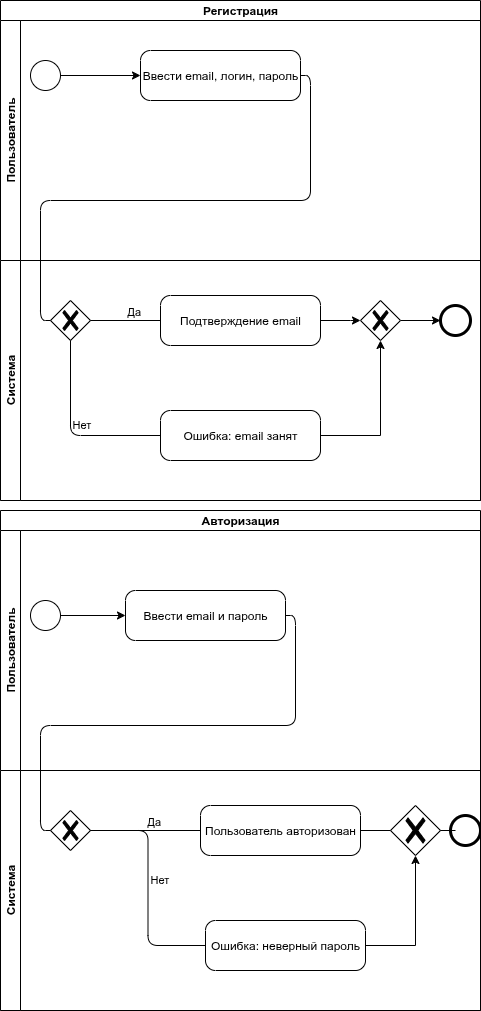
Deumir404/diploma keeps this draw.io diagram as Charts/IDEF0/Untitled Diagram-Page-7.drawio.png. Above is the earlier version. Source tidied: cells renumbered, new cells last; positions are measured from the earlier drawing's top-left corner, leaving out a move shared by most shapes.
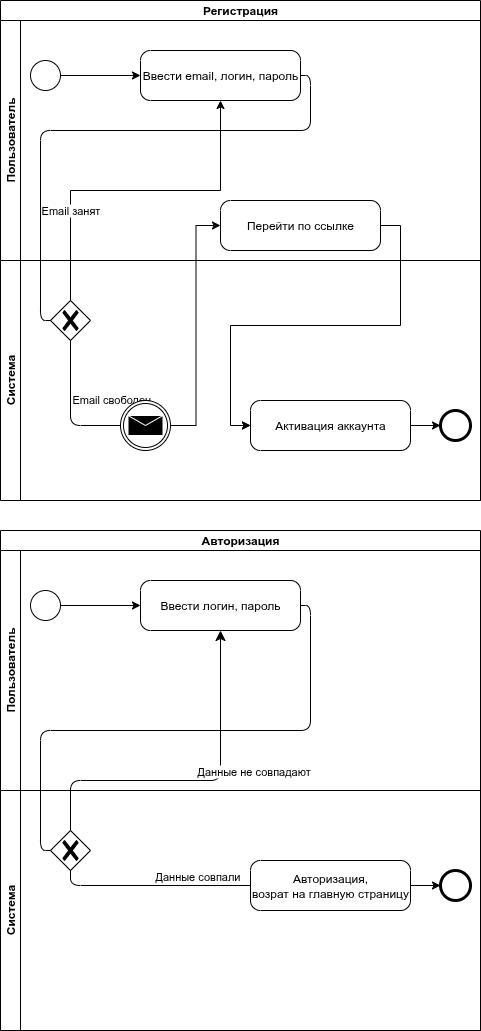
After the commit.

What changed in the source:
```diff
@@ -17,101 +17,111 @@
     <mxCell id="6" style="edgeStyle=orthogonalEdgeStyle;rounded=0;jettySize=auto;html=1;exitX=1;exitY=0.5;exitDx=0;exitDy=0;entryX=0;entryY=0.5;entryDx=0;entryDy=0;entryPerimeter=0;" parent="3" edge="1" source="4" target="5">
       <mxGeometry relative="1" as="geometry" />
     </mxCell>
+    <mxCell id="35" value="Перейти по ссылке" style="points=[[0.25,0,0],[0.5,0,0],[0.75,0,0],[1,0.25,0],[1,0.5,0],[1,0.75,0],[0.75,1,0],[0.5,1,0],[0.25,1,0],[0,0.75,0],[0,0.5,0],[0,0.25,0]];shape=mxgraph.bpmn.task2;whiteSpace=wrap;rectStyle=rounded;size=10;html=1;taskMarker=abstract;" parent="3" vertex="1">
+      <mxGeometry x="220" y="180" width="160" height="50" as="geometry" />
+    </mxCell>
     <mxCell id="7" value="Система" style="swimlane;html=1;startSize=20;horizontal=0;" parent="2" vertex="1">
       <mxGeometry y="260" width="480" height="240" as="geometry" />
     </mxCell>
     <mxCell id="8" style="shape=mxgraph.bpmn.gateway2;html=1;verticalLabelPosition=bottom;labelBackgroundColor=#ffffff;verticalAlign=top;background=general;points=[[0.25,0.25,0],[0.5,0,0],[0.75,0.25,0],[1,0.5,0],[0.75,0.75,0],[0.5,1,0],[0.25,0.75,0],[0,0.5,0]];perimeter=rhombusPerimeter;outlineConnect=0;outline=none;symbol=none;gwType=exclusive;" parent="7" vertex="1">
       <mxGeometry x="50" y="40" width="40" height="40" as="geometry" />
     </mxCell>
-    <mxCell id="9" value="Подтверждение email" style="points=[[0.25,0,0],[0.5,0,0],[0.75,0,0],[1,0.25,0],[1,0.5,0],[1,0.75,0],[0.75,1,0],[0.5,1,0],[0.25,1,0],[0,0.75,0],[0,0.5,0],[0,0.25,0]];shape=mxgraph.bpmn.task2;whiteSpace=wrap;rectStyle=rounded;size=10;html=1;taskMarker=abstract;" parent="7" vertex="1">
-      <mxGeometry x="160" y="35" width="160" height="50" as="geometry" />
+    <mxCell id="9" value="Активация аккаунта" style="points=[[0.25,0,0],[0.5,0,0],[0.75,0,0],[1,0.25,0],[1,0.5,0],[1,0.75,0],[0.75,1,0],[0.5,1,0],[0.25,1,0],[0,0.75,0],[0,0.5,0],[0,0.25,0]];shape=mxgraph.bpmn.task2;whiteSpace=wrap;rectStyle=rounded;size=10;html=1;taskMarker=abstract;" parent="7" vertex="1">
+      <mxGeometry x="250" y="140" width="160" height="50" as="geometry" />
     </mxCell>
-    <mxCell id="10" style="edgeStyle=orthogonalEdgeStyle;rounded=0;jettySize=auto;html=1;exitX=1;exitY=0.5;exitDx=0;exitDy=0;exitPerimeter=0;entryX=0;entryY=0.5;entryDx=0;entryDy=0;" parent="7" edge="1" source="15" target="12">
+    <mxCell id="10" style="edgeStyle=orthogonalEdgeStyle;rounded=0;jettySize=auto;html=1;exitX=1;exitY=0.5;exitDx=0;exitDy=0;exitPerimeter=0;entryX=0;entryY=0.5;entryDx=0;entryDy=0;" parent="7" edge="1" source="9" target="12">
       <mxGeometry relative="1" as="geometry">
         <Array as="points">
-          <mxPoint x="440" y="60" />
-          <mxPoint x="440" y="60" />
+          <mxPoint x="440" y="165" />
         </Array>
       </mxGeometry>
     </mxCell>
-    <mxCell id="11" value="Ошибка: email занят" style="points=[[0.25,0,0],[0.5,0,0],[0.75,0,0],[1,0.25,0],[1,0.5,0],[1,0.75,0],[0.75,1,0],[0.5,1,0],[0.25,1,0],[0,0.75,0],[0,0.5,0],[0,0.25,0]];shape=mxgraph.bpmn.task2;whiteSpace=wrap;rectStyle=rounded;size=10;html=1;taskMarker=abstract;" parent="7" vertex="1">
-      <mxGeometry x="160" y="150" width="160" height="50" as="geometry" />
-    </mxCell>
     <mxCell id="12" style="shape=mxgraph.bpmn.shape;html=1;verticalLabelPosition=bottom;labelBackgroundColor=#ffffff;verticalAlign=top;perimeter=ellipsePerimeter;outlineConnect=0;outline=end;symbol=general;" parent="7" vertex="1">
-      <mxGeometry x="440" y="45" width="30" height="30" as="geometry" />
+      <mxGeometry x="440" y="150" width="30" height="30" as="geometry" />
     </mxCell>
-    <mxCell id="13" value="Да" style="edgeStyle=orthogonalEdgeStyle;html=1;align=left;verticalAlign=bottom;endArrow=none;endSize=12;exitX=1;exitY=0.5;entryX=0;entryY=0.5;" parent="7" edge="1" source="8" target="9">
+    <mxCell id="13" value="Email cвободен" style="edgeStyle=orthogonalEdgeStyle;html=1;align=left;verticalAlign=bottom;endArrow=none;endSize=12;exitX=0.5;exitY=1;entryX=0;entryY=0.5;exitDx=0;exitDy=0;exitPerimeter=0;entryDx=0;entryDy=0;entryPerimeter=0;" parent="7" edge="1" source="8" target="37">
       <mxGeometry relative="1" as="geometry" />
     </mxCell>
-    <mxCell id="14" value="Нет" style="edgeStyle=orthogonalEdgeStyle;html=1;align=left;verticalAlign=bottom;endArrow=none;endSize=12;exitX=0.5;exitY=1;entryX=0;entryY=0.5;exitDx=0;exitDy=0;exitPerimeter=0;" parent="7" edge="1" source="8" target="11">
-      <mxGeometry relative="1" as="geometry" />
-    </mxCell>
-    <mxCell id="15" style="shape=mxgraph.bpmn.gateway2;html=1;verticalLabelPosition=bottom;labelBackgroundColor=#ffffff;verticalAlign=top;background=general;points=[[0.25,0.25,0],[0.5,0,0],[0.75,0.25,0],[1,0.5,0],[0.75,0.75,0],[0.5,1,0],[0.25,0.75,0],[0,0.5,0]];perimeter=rhombusPerimeter;outlineConnect=0;outline=none;symbol=none;gwType=exclusive;" parent="7" vertex="1">
-      <mxGeometry x="360" y="40" width="40" height="40" as="geometry" />
-    </mxCell>
-    <mxCell id="16" style="edgeStyle=orthogonalEdgeStyle;rounded=0;jettySize=auto;html=1;exitX=1;exitY=0.5;exitDx=0;exitDy=0;exitPerimeter=0;entryX=0.5;entryY=1;entryDx=0;entryDy=0;entryPerimeter=0;" parent="7" edge="1" source="11" target="15">
-      <mxGeometry relative="1" as="geometry" />
-    </mxCell>
-    <mxCell id="17" style="edgeStyle=orthogonalEdgeStyle;rounded=0;jettySize=auto;html=1;exitX=1;exitY=0.5;exitDx=0;exitDy=0;exitPerimeter=0;entryX=0;entryY=0.5;entryDx=0;entryDy=0;entryPerimeter=0;" parent="7" edge="1" source="9" target="15">
-      <mxGeometry relative="1" as="geometry">
-        <Array as="points">
-          <mxPoint x="350" y="60" />
-          <mxPoint x="350" y="60" />
-        </Array>
-      </mxGeometry>
-    </mxCell>
+    <mxCell id="36" style="edgeStyle=orthogonalEdgeStyle;rounded=0;jettySize=auto;html=1;exitX=1;exitY=0.5;exitDx=0;exitDy=0;exitPerimeter=0;entryX=0;entryY=0.5;entryDx=0;entryDy=0;entryPerimeter=0;" parent="7" edge="1" target="35">
+      <mxGeometry relative="1" as="geometry">
+        <mxPoint x="170" y="165" as="sourcePoint" />
+      </mxGeometry>
+    </mxCell>
+    <mxCell id="37" style="points=[[0.145,0.145,0],[0.5,0,0],[0.855,0.145,0],[1,0.5,0],[0.855,0.855,0],[0.5,1,0],[0.145,0.855,0],[0,0.5,0]];shape=mxgraph.bpmn.event;html=1;verticalLabelPosition=bottom;labelBackgroundColor=#ffffff;verticalAlign=top;align=center;perimeter=ellipsePerimeter;outlineConnect=0;outline=throwing;symbol=message;" parent="7" vertex="1">
+      <mxGeometry x="120" y="140" width="50" height="50" as="geometry" />
+    </mxCell>
+    <mxCell id="38" style="edgeStyle=orthogonalEdgeStyle;rounded=0;jettySize=auto;html=1;exitX=1;exitY=0.5;exitDx=0;exitDy=0;exitPerimeter=0;entryX=0;entryY=0.5;entryDx=0;entryDy=0;entryPerimeter=0;" parent="7" edge="1" target="9">
+      <mxGeometry relative="1" as="geometry">
+        <mxPoint x="240" y="165" as="sourcePoint" />
+      </mxGeometry>
+    </mxCell>
     <mxCell id="18" style="edgeStyle=orthogonalEdgeStyle;html=1;verticalAlign=bottom;endArrow=none;endSize=12;exitX=1;exitY=0.5;entryX=0;entryY=0.5;" parent="2" edge="1" source="5" target="8">
-      <mxGeometry relative="1" as="geometry" />
+      <mxGeometry relative="1" as="geometry">
+        <Array as="points">
+          <mxPoint x="310" y="75" />
+          <mxPoint x="310" y="130" />
+          <mxPoint x="40" y="130" />
+          <mxPoint x="40" y="320" />
+        </Array>
+      </mxGeometry>
     </mxCell>
+    <mxCell id="39" style="edgeStyle=orthogonalEdgeStyle;rounded=0;jettySize=auto;html=1;exitX=0.5;exitY=0;exitDx=0;exitDy=0;exitPerimeter=0;entryX=0.5;entryY=1;entryDx=0;entryDy=0;entryPerimeter=0;" parent="2" edge="1" source="8" target="5">
+      <mxGeometry relative="1" as="geometry">
+        <Array as="points">
+          <mxPoint x="70" y="190" />
+          <mxPoint x="220" y="190" />
+        </Array>
+      </mxGeometry>
+    </mxCell>
+    <mxCell id="40" value="Email занят" style="edgeLabel;html=1;align=center;verticalAlign=middle;" parent="39" vertex="1">
+      <mxGeometry x="-0.48" y="1" relative="1" as="geometry" />
+    </mxCell>
+    <mxCell id="41" style="edgeStyle=orthogonalEdgeStyle;rounded=0;jettySize=auto;html=1;exitX=1;exitY=0.5;exitDx=0;exitDy=0;exitPerimeter=0;entryX=0;entryY=0.5;entryDx=0;entryDy=0;entryPerimeter=0;" parent="2" edge="1" source="35" target="9">
+      <mxGeometry relative="1" as="geometry" />
+    </mxCell>
     <mxCell id="19" value="Авторизация" style="swimlane;html=1;horizontal=1;startSize=20;whiteSpace=wrap;" parent="1" vertex="1">
-      <mxGeometry y="510" width="480" height="500" as="geometry" />
+      <mxGeometry y="530" width="480" height="500" as="geometry" />
     </mxCell>
     <mxCell id="20" value="Пользователь" style="swimlane;html=1;startSize=20;horizontal=0;" parent="19" vertex="1">
       <mxGeometry y="20" width="480" height="240" as="geometry" />
     </mxCell>
-    <mxCell id="21" style="shape=mxgraph.bpmn.shape;html=1;verticalLabelPosition=bottom;labelBackgroundColor=#ffffff;verticalAlign=top;perimeter=ellipsePerimeter;outlineConnect=0;outline=standard;symbol=general;" parent="20" vertex="1">
-      <mxGeometry x="30" y="70" width="30" height="30" as="geometry" />
-    </mxCell>
-    <mxCell id="22" value="Ввести email и пароль" style="points=[[0.25,0,0],[0.5,0,0],[0.75,0,0],[1,0.25,0],[1,0.5,0],[1,0.75,0],[0.75,1,0],[0.5,1,0],[0.25,1,0],[0,0.75,0],[0,0.5,0],[0,0.25,0]];shape=mxgraph.bpmn.task2;whiteSpace=wrap;rectStyle=rounded;size=10;html=1;taskMarker=abstract;" parent="20" vertex="1">
-      <mxGeometry x="125" y="60" width="160" height="50" as="geometry" />
-    </mxCell>
-    <mxCell id="23" style="edgeStyle=orthogonalEdgeStyle;rounded=0;jettySize=auto;html=1;exitX=1;exitY=0.5;exitDx=0;exitDy=0;entryX=0;entryY=0.5;entryDx=0;entryDy=0;entryPerimeter=0;" parent="20" edge="1" source="21" target="22">
-      <mxGeometry relative="1" as="geometry" />
-    </mxCell>
+    <mxCell id="42" style="shape=mxgraph.bpmn.shape;html=1;verticalLabelPosition=bottom;labelBackgroundColor=#ffffff;verticalAlign=top;perimeter=ellipsePerimeter;outlineConnect=0;outline=standard;symbol=general;" parent="20" vertex="1">
+      <mxGeometry x="30" y="40" width="30" height="30" as="geometry" />
+    </mxCell>
+    <mxCell id="43" value="Ввести логин, пароль" style="points=[[0.25,0,0],[0.5,0,0],[0.75,0,0],[1,0.25,0],[1,0.5,0],[1,0.75,0],[0.75,1,0],[0.5,1,0],[0.25,1,0],[0,0.75,0],[0,0.5,0],[0,0.25,0]];shape=mxgraph.bpmn.task2;whiteSpace=wrap;rectStyle=rounded;size=10;html=1;taskMarker=abstract;" parent="20" vertex="1">
+      <mxGeometry x="140" y="30" width="160" height="50" as="geometry" />
+    </mxCell>
+    <mxCell id="44" style="edgeStyle=orthogonalEdgeStyle;rounded=0;jettySize=auto;html=1;exitX=1;exitY=0.5;exitDx=0;exitDy=0;entryX=0;entryY=0.5;entryDx=0;entryDy=0;entryPerimeter=0;" parent="20" edge="1" source="42" target="43">
+      <mxGeometry relative="1" as="geometry" />
+    </mxCell>
     <mxCell id="24" value="Система" style="swimlane;html=1;startSize=20;horizontal=0;" parent="19" vertex="1">
       <mxGeometry y="260" width="480" height="240" as="geometry" />
     </mxCell>
     <mxCell id="25" style="shape=mxgraph.bpmn.gateway2;html=1;verticalLabelPosition=bottom;labelBackgroundColor=#ffffff;verticalAlign=top;background=general;points=[[0.25,0.25,0],[0.5,0,0],[0.75,0.25,0],[1,0.5,0],[0.75,0.75,0],[0.5,1,0],[0.25,0.75,0],[0,0.5,0]];perimeter=rhombusPerimeter;outlineConnect=0;outline=none;symbol=none;gwType=exclusive;" parent="24" vertex="1">
       <mxGeometry x="50" y="40" width="40" height="40" as="geometry" />
     </mxCell>
-    <mxCell id="26" value="Пользователь авторизован" style="points=[[0.25,0,0],[0.5,0,0],[0.75,0,0],[1,0.25,0],[1,0.5,0],[1,0.75,0],[0.75,1,0],[0.5,1,0],[0.25,1,0],[0,0.75,0],[0,0.5,0],[0,0.25,0]];shape=mxgraph.bpmn.task2;whiteSpace=wrap;rectStyle=rounded;size=10;html=1;taskMarker=abstract;" parent="24" vertex="1">
-      <mxGeometry x="200" y="35" width="160" height="50" as="geometry" />
-    </mxCell>
-    <mxCell id="27" value="Ошибка: неверный пароль" style="points=[[0.25,0,0],[0.5,0,0],[0.75,0,0],[1,0.25,0],[1,0.5,0],[1,0.75,0],[0.75,1,0],[0.5,1,0],[0.25,1,0],[0,0.75,0],[0,0.5,0],[0,0.25,0]];shape=mxgraph.bpmn.task2;whiteSpace=wrap;rectStyle=rounded;size=10;html=1;taskMarker=abstract;" parent="24" vertex="1">
-      <mxGeometry x="205" y="150" width="160" height="50" as="geometry" />
-    </mxCell>
-    <mxCell id="28" style="shape=mxgraph.bpmn.shape;html=1;verticalLabelPosition=bottom;labelBackgroundColor=#ffffff;verticalAlign=top;perimeter=ellipsePerimeter;outline=end;symbol=general;" parent="24" vertex="1">
-      <mxGeometry x="450" y="45" width="30" height="30" as="geometry" />
-    </mxCell>
-    <mxCell id="29" value="Да" style="edgeStyle=orthogonalEdgeStyle;html=1;align=left;verticalAlign=bottom;endArrow=none;endSize=12;exitX=1;exitY=0.5;entryX=0;entryY=0.5;" parent="24" edge="1" source="25" target="26">
-      <mxGeometry relative="1" as="geometry" />
-    </mxCell>
-    <mxCell id="30" value="Нет" style="edgeStyle=orthogonalEdgeStyle;html=1;align=left;verticalAlign=bottom;endArrow=none;endSize=12;exitX=1;exitY=0.5;entryX=0;entryY=0.5;" parent="24" edge="1" source="25" target="27">
-      <mxGeometry relative="1" as="geometry" />
-    </mxCell>
-    <mxCell id="31" style="edgeStyle=orthogonalEdgeStyle;html=1;verticalAlign=bottom;endArrow=none;endSize=12;exitX=1;exitY=0.5;exitDx=0;exitDy=0;exitPerimeter=0;" parent="24" edge="1" source="26">
-      <mxGeometry relative="1" as="geometry">
-        <mxPoint x="455" y="60" as="targetPoint" />
-      </mxGeometry>
-    </mxCell>
-    <mxCell id="32" style="points=[[0.25,0.25,0],[0.5,0,0],[0.75,0.25,0],[1,0.5,0],[0.75,0.75,0],[0.5,1,0],[0.25,0.75,0],[0,0.5,0]];shape=mxgraph.bpmn.gateway2;html=1;verticalLabelPosition=bottom;labelBackgroundColor=#ffffff;verticalAlign=top;align=center;perimeter=rhombusPerimeter;outlineConnect=0;outline=none;symbol=none;gwType=exclusive;" parent="24" vertex="1">
-      <mxGeometry x="390" y="35" width="50" height="50" as="geometry" />
-    </mxCell>
-    <mxCell id="33" style="edgeStyle=orthogonalEdgeStyle;rounded=0;jettySize=auto;html=1;exitX=1;exitY=0.5;exitDx=0;exitDy=0;exitPerimeter=0;entryX=0.5;entryY=1;entryDx=0;entryDy=0;entryPerimeter=0;" parent="24" edge="1" source="27" target="32">
-      <mxGeometry relative="1" as="geometry" />
-    </mxCell>
-    <mxCell id="34" style="edgeStyle=orthogonalEdgeStyle;html=1;verticalAlign=bottom;endArrow=none;endSize=12;exitX=1;exitY=0.5;entryX=0;entryY=0.5;" parent="19" edge="1" source="22" target="25">
-      <mxGeometry relative="1" as="geometry" />
-    </mxCell>
+    <mxCell id="45" value="Данные совпали" style="edgeStyle=orthogonalEdgeStyle;html=1;align=left;verticalAlign=bottom;endArrow=none;endSize=12;exitX=0.5;exitY=1;entryX=0;entryY=0.5;exitDx=0;exitDy=0;exitPerimeter=0;entryDx=0;entryDy=0;entryPerimeter=0;" parent="24" edge="1" source="25" target="47">
+      <mxGeometry relative="1" as="geometry" />
+    </mxCell>
+    <mxCell id="46" style="edgeStyle=orthogonalEdgeStyle;rounded=0;jettySize=auto;html=1;exitX=1;exitY=0.5;exitDx=0;exitDy=0;exitPerimeter=0;entryX=0;entryY=0.5;entryDx=0;entryDy=0;" parent="24" edge="1" source="47" target="48">
+      <mxGeometry relative="1" as="geometry" />
+    </mxCell>
+    <mxCell id="47" value="Авторизация,&lt;br&gt;возрат на главную страницу" style="points=[[0.25,0,0],[0.5,0,0],[0.75,0,0],[1,0.25,0],[1,0.5,0],[1,0.75,0],[0.75,1,0],[0.5,1,0],[0.25,1,0],[0,0.75,0],[0,0.5,0],[0,0.25,0]];shape=mxgraph.bpmn.task2;whiteSpace=wrap;rectStyle=rounded;size=10;html=1;taskMarker=abstract;" parent="24" vertex="1">
+      <mxGeometry x="250" y="70" width="160" height="50" as="geometry" />
+    </mxCell>
+    <mxCell id="48" style="shape=mxgraph.bpmn.shape;html=1;verticalLabelPosition=bottom;labelBackgroundColor=#ffffff;verticalAlign=top;perimeter=ellipsePerimeter;outlineConnect=0;outline=end;symbol=general;" parent="24" vertex="1">
+      <mxGeometry x="440" y="80" width="30" height="30" as="geometry" />
+    </mxCell>
+    <mxCell id="49" style="edgeStyle=orthogonalEdgeStyle;html=1;verticalAlign=bottom;endArrow=none;endSize=12;exitX=1;exitY=0.5;entryX=0;entryY=0.5;" parent="19" edge="1" source="43" target="25">
+      <mxGeometry relative="1" as="geometry" />
+    </mxCell>
+    <mxCell id="50" value="Данные не совпадают" style="edgeStyle=orthogonalEdgeStyle;html=1;align=left;verticalAlign=bottom;endArrow=classic;endSize=8;exitX=0.5;exitY=0;entryX=0.5;entryY=1;exitDx=0;exitDy=0;exitPerimeter=0;entryDx=0;entryDy=0;entryPerimeter=0;endFill=1;" parent="19" edge="1" source="25" target="43">
+      <mxGeometry relative="1" as="geometry">
+        <Array as="points">
+          <mxPoint x="70" y="250" />
+          <mxPoint x="220" y="250" />
+        </Array>
+      </mxGeometry>
+    </mxCell>
   </root>
 </mxGraphModel>
```
